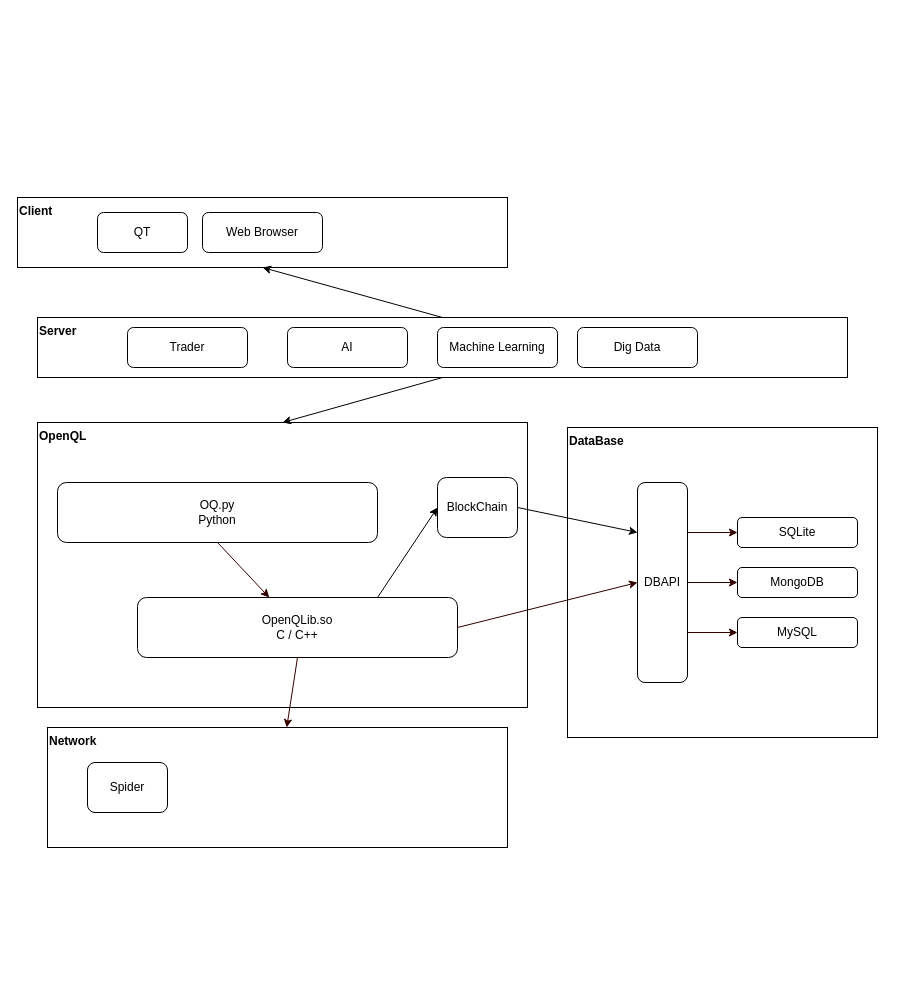
Above: page "Overview" (1 of 3) of OpenQL.drawio in DanielCxh/openql (draw.io), before the change. Source tidied: cells renumbered, new cells numbered last; positions are measured from the earlier drawing's top-left corner, leaving out a move shared by most shapes. Both pictures are drawn from the tidied source at 100%, with x=0, y=0 at pixel (17, 197).
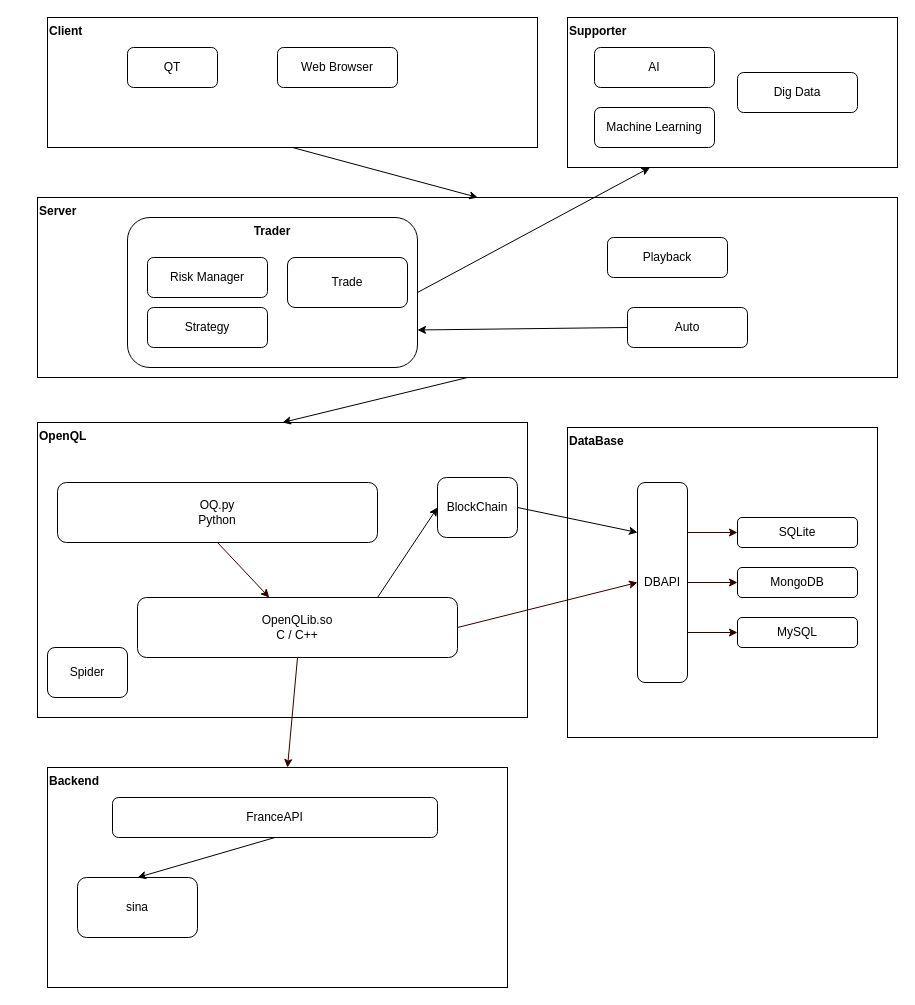
The same diagram, later.

What changed in the source:
```diff
@@
     <mxCell id="2" value="OpenQL" style="rounded=0;whiteSpace=wrap;html=1;fillColor=none;align=left;verticalAlign=top;fontStyle=1;" parent="1" vertex="1">
-      <mxGeometry x="20" y="225" width="490" height="285" as="geometry" />
+      <mxGeometry x="20" y="225" width="490" height="295" as="geometry" />
     </mxCell>
@@
     <mxCell id="10" value="Client" style="rounded=0;whiteSpace=wrap;html=1;fillColor=none;align=left;verticalAlign=top;fontStyle=1;" parent="1" vertex="1">
-      <mxGeometry width="490" height="70" as="geometry" />
+      <mxGeometry x="30" y="-180" width="490" height="130" as="geometry" />
     </mxCell>
-    <mxCell id="11" value="Network" style="rounded=0;whiteSpace=wrap;html=1;fillColor=none;align=left;verticalAlign=top;fontStyle=1;" parent="1" vertex="1">
-      <mxGeometry x="30" y="530" width="460" height="120" as="geometry" />
+    <mxCell id="11" value="Backend" style="rounded=0;whiteSpace=wrap;html=1;fillColor=none;align=left;verticalAlign=top;fontStyle=1;" parent="1" vertex="1">
+      <mxGeometry x="30" y="570" width="460" height="220" as="geometry" />
     </mxCell>
     <mxCell id="12" value="QT" style="rounded=1;whiteSpace=wrap;html=1;fillColor=none;align=center;" parent="1" vertex="1">
-      <mxGeometry x="80" y="15" width="90" height="40" as="geometry" />
+      <mxGeometry x="110" y="-150" width="90" height="40" as="geometry" />
     </mxCell>
@@
     <mxCell id="19" value="Web Browser" style="rounded=1;whiteSpace=wrap;html=1;fillColor=none;align=center;" parent="1" vertex="1">
-      <mxGeometry x="185" y="15" width="120" height="40" as="geometry" />
+      <mxGeometry x="260" y="-150" width="120" height="40" as="geometry" />
     </mxCell>
@@
     <mxCell id="23" value="Server" style="rounded=0;whiteSpace=wrap;html=1;fillColor=none;align=left;fontStyle=1;verticalAlign=top;" parent="1" vertex="1">
-      <mxGeometry x="20" y="120" width="810" height="60" as="geometry" />
+      <mxGeometry x="20" width="860" height="180" as="geometry" />
     </mxCell>
@@
-    <mxCell id="25" value="Trader" style="rounded=1;whiteSpace=wrap;html=1;fillColor=none;align=center;" parent="1" vertex="1">
-      <mxGeometry x="110" y="130" width="120" height="40" as="geometry" />
+    <mxCell id="25" value="Trader" style="rounded=1;whiteSpace=wrap;html=1;fillColor=none;align=center;fontStyle=1;verticalAlign=top;" parent="1" vertex="1">
+      <mxGeometry x="110" y="20" width="290" height="150" as="geometry" />
     </mxCell>
     <mxCell id="26" value="AI" style="rounded=1;whiteSpace=wrap;html=1;fillColor=none;align=center;" parent="1" vertex="1">
-      <mxGeometry x="270" y="130" width="120" height="40" as="geometry" />
+      <mxGeometry x="577" y="-150" width="120" height="40" as="geometry" />
     </mxCell>
     <mxCell id="27" value="Machine Learning" style="rounded=1;whiteSpace=wrap;html=1;fillColor=none;align=center;" parent="1" vertex="1">
-      <mxGeometry x="420" y="130" width="120" height="40" as="geometry" />
+      <mxGeometry x="577" y="-90" width="120" height="40" as="geometry" />
     </mxCell>
     <mxCell id="28" value="Dig Data" style="rounded=1;whiteSpace=wrap;html=1;fillColor=none;align=center;" parent="1" vertex="1">
-      <mxGeometry x="560" y="130" width="120" height="40" as="geometry" />
+      <mxGeometry x="720" y="-125" width="120" height="40" as="geometry" />
     </mxCell>
-    <mxCell id="29" style="endArrow=classic;html=1;exitX=0.5;exitY=0;exitDx=0;exitDy=0;entryX=0.5;entryY=1;entryDx=0;entryDy=0;" parent="1" edge="1" source="23" target="10">
-      <mxGeometry relative="1" as="geometry" />
-    </mxCell>
     <mxCell id="30" value="Spider" style="rounded=1;whiteSpace=wrap;html=1;fillColor=none;" parent="1" vertex="1">
-      <mxGeometry x="70" y="565" width="80" height="50" as="geometry" />
+      <mxGeometry x="30" y="450" width="80" height="50" as="geometry" />
     </mxCell>
+    <mxCell id="31" value="Playback" style="rounded=1;whiteSpace=wrap;html=1;fillColor=none;align=center;" parent="1" vertex="1">
+      <mxGeometry x="590" y="40" width="120" height="40" as="geometry" />
+    </mxCell>
+    <mxCell id="32" value="Supporter" style="rounded=0;whiteSpace=wrap;html=1;fillColor=none;align=left;fontStyle=1;verticalAlign=top;" parent="1" vertex="1">
+      <mxGeometry x="550" y="-180" width="330" height="150" as="geometry" />
+    </mxCell>
+    <mxCell id="33" value="Risk Manager" style="rounded=1;whiteSpace=wrap;html=1;fillColor=none;align=center;" parent="1" vertex="1">
+      <mxGeometry x="130" y="60" width="120" height="40" as="geometry" />
+    </mxCell>
+    <mxCell id="34" value="Strategy" style="rounded=1;whiteSpace=wrap;html=1;fillColor=none;align=center;" parent="1" vertex="1">
+      <mxGeometry x="130" y="110" width="120" height="40" as="geometry" />
+    </mxCell>
+    <mxCell id="35" value="Trade" style="rounded=1;whiteSpace=wrap;html=1;fillColor=none;align=center;" parent="1" vertex="1">
+      <mxGeometry x="270" y="60" width="120" height="50" as="geometry" />
+    </mxCell>
+    <mxCell id="36" value="FranceAPI" style="rounded=1;whiteSpace=wrap;html=1;fillColor=none;align=center;" parent="1" vertex="1">
+      <mxGeometry x="95" y="600" width="325" height="40" as="geometry" />
+    </mxCell>
+    <mxCell id="37" value="sina" style="rounded=1;whiteSpace=wrap;html=1;fillColor=none;align=center;" parent="1" vertex="1">
+      <mxGeometry x="60" y="680" width="120" height="60" as="geometry" />
+    </mxCell>
+    <mxCell id="38" style="endArrow=classic;html=1;exitX=0.5;exitY=1;exitDx=0;exitDy=0;entryX=0.5;entryY=0;entryDx=0;entryDy=0;" parent="1" edge="1" source="36" target="37">
+      <mxGeometry relative="1" as="geometry" />
+    </mxCell>
+    <mxCell id="39" value="Auto" style="rounded=1;whiteSpace=wrap;html=1;fillColor=none;align=center;" parent="1" vertex="1">
+      <mxGeometry x="610" y="110" width="120" height="40" as="geometry" />
+    </mxCell>
+    <mxCell id="40" style="endArrow=classic;html=1;exitX=1;exitY=0.5;exitDx=0;exitDy=0;entryX=0.25;entryY=1;entryDx=0;entryDy=0;" parent="1" edge="1" source="25" target="32">
+      <mxGeometry relative="1" as="geometry" />
+    </mxCell>
+    <mxCell id="41" style="endArrow=classic;html=1;exitX=0.5;exitY=1;exitDx=0;exitDy=0;entryX=0.512;entryY=0;entryDx=0;entryDy=0;entryPerimeter=0;" parent="1" edge="1" source="10" target="23">
+      <mxGeometry relative="1" as="geometry" />
+    </mxCell>
+    <mxCell id="42" style="endArrow=classic;html=1;exitX=0;exitY=0.5;exitDx=0;exitDy=0;entryX=1;entryY=0.75;entryDx=0;entryDy=0;" parent="1" edge="1" source="39" target="25">
+      <mxGeometry relative="1" as="geometry" />
+    </mxCell>
```
